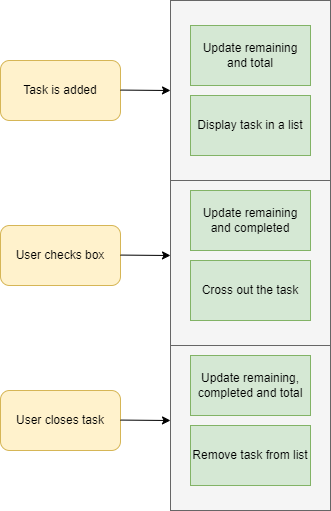
nastaj/todo-app keeps this draw.io diagram as todo-app-diagram.drawio.png. Above is the earlier version. Source tidied: cells renumbered, new cells last; positions are measured from the earlier drawing's top-left corner, leaving out a move shared by most shapes.
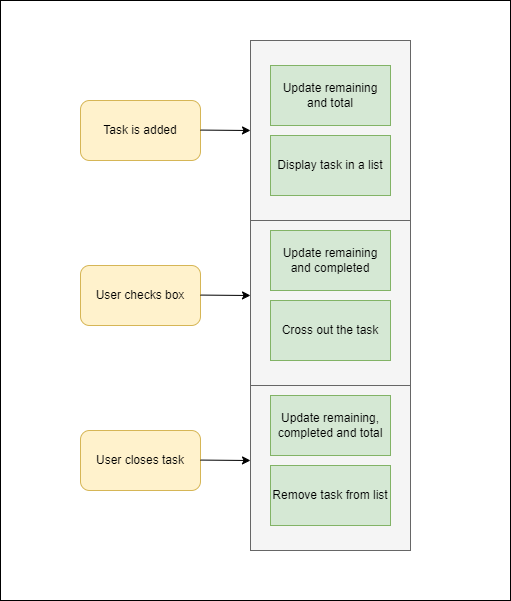
Later version of the same file.

Commit message:
Updated to-do app flowchart

Diff of the diagram source:
```diff
@@ -1,7 +1,10 @@
-<mxGraphModel background="#ffffff">
+<mxGraphModel background="#FFFFFF">
   <root>
     <mxCell id="0" />
     <mxCell id="1" parent="0" />
+    <mxCell id="17" style="rounded=0;whiteSpace=wrap;html=1;" parent="1" vertex="1">
+      <mxGeometry x="-80" y="-40" width="510" height="600" as="geometry" />
+    </mxCell>
     <mxCell id="2" style="rounded=0;whiteSpace=wrap;html=1;fillColor=#f5f5f5;fontColor=#333333;strokeColor=#666666;" parent="1" vertex="1">
       <mxGeometry x="170" y="330" width="160" height="180" as="geometry" />
     </mxCell>
```
